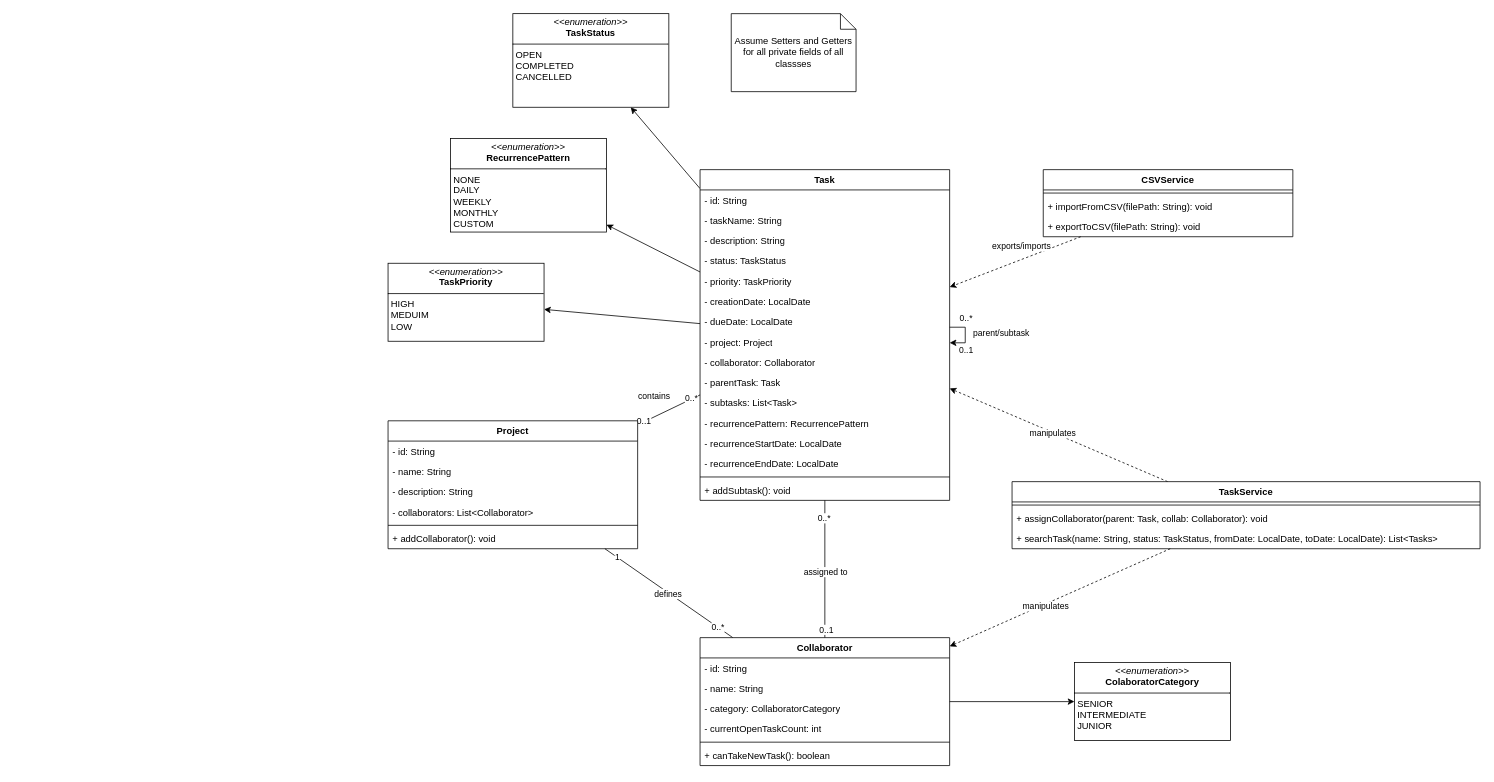
This is diagrams/class_diagrams/UML Class Diagram.drawio from wmbx-28/SOEN342_Project, a draw.io file, before an edit. Source tidied: cells renumbered, new cells numbered last; positions are measured from the earlier drawing's top-left corner, leaving out a move shared by most shapes. Both pictures are drawn from the tidied source at 78%, with x=0, y=0 at pixel (388, 13).
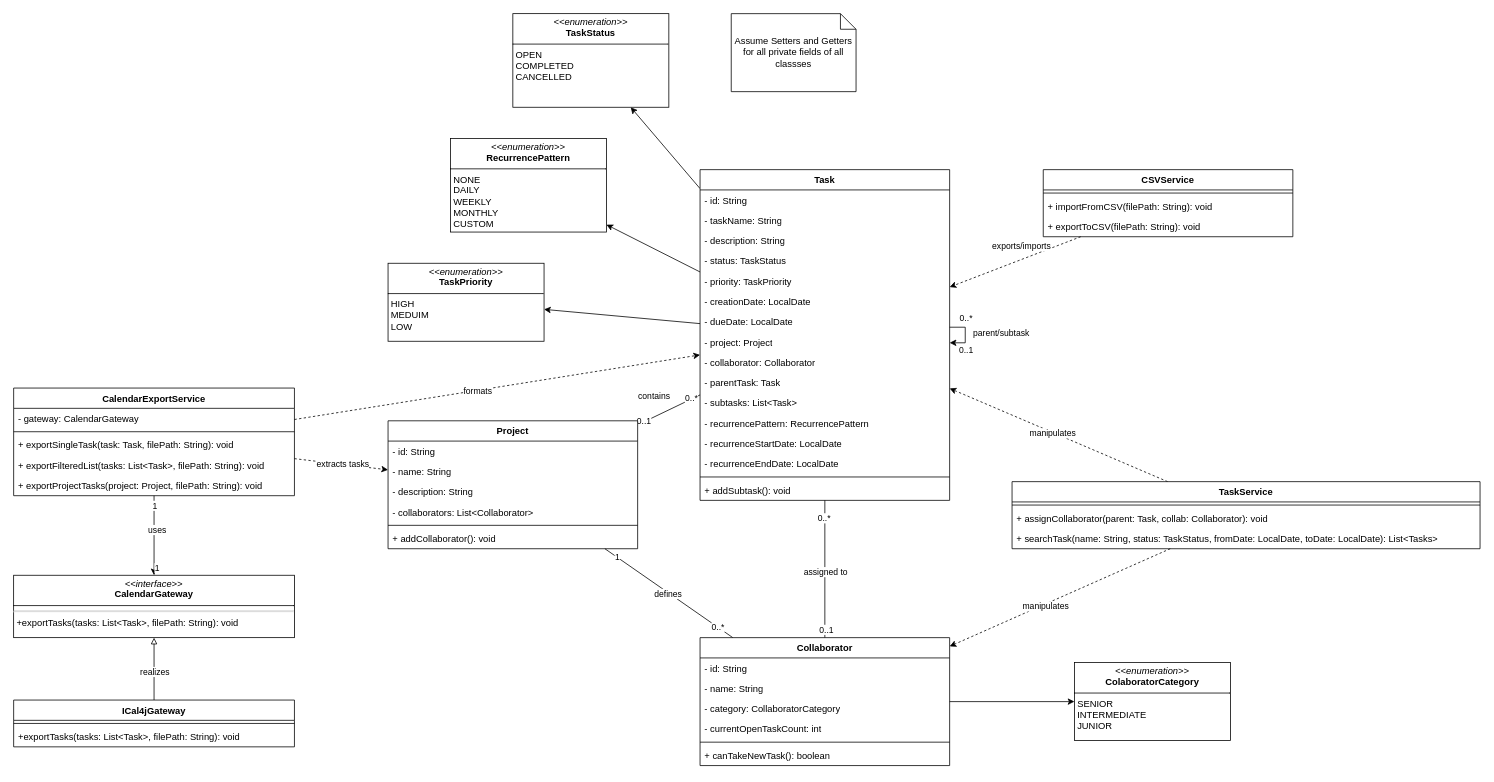
The same diagram, later.

Commit message (it also covers changes not shown here):
Added iCal export to Class Diagram

Unchanged cells that the change refers to:
```xml
<mxCell id="5" value="Task" style="swimlane;fontStyle=1;align=center;verticalAlign=top;horizontal=1;startSize=26;whiteSpace=wrap;html=1;" parent="1" vertex="1">
  <mxGeometry x="400" y="200" width="320" height="424" as="geometry" />
</mxCell>
<mxCell id="27" value="Project" style="swimlane;fontStyle=1;align=center;verticalAlign=top;horizontal=1;startSize=26;whiteSpace=wrap;html=1;" parent="1" vertex="1">
  <mxGeometry y="522" width="320" height="164" as="geometry" />
</mxCell>
```

Diff of the diagram source:
```diff
@@
+    <mxCell id="72" style="rounded=0;jettySize=auto;html=1;dashed=1;" parent="1" edge="1" source="80" target="5">
+      <mxGeometry relative="1" as="geometry" />
+    </mxCell>
+    <mxCell id="73" value="formats" style="edgeLabel;html=1;align=center;verticalAlign=middle;" parent="72" vertex="1">
+      <mxGeometry x="-0.1" relative="1" as="geometry" />
+    </mxCell>
+    <mxCell id="74" style="rounded=0;jettySize=auto;html=1;dashed=1;" parent="1" edge="1" source="80" target="27">
+      <mxGeometry relative="1" as="geometry" />
+    </mxCell>
+    <mxCell id="75" value="extracts tasks" style="edgeLabel;html=1;align=center;verticalAlign=middle;" parent="74" vertex="1">
+      <mxGeometry x="0.02" relative="1" as="geometry" />
+    </mxCell>
+    <mxCell id="76" style="rounded=0;jettySize=auto;html=1;" parent="1" edge="1" source="80" target="86">
+      <mxGeometry relative="1" as="geometry" />
+    </mxCell>
+    <mxCell id="77" value="uses" style="edgeLabel;html=1;align=center;verticalAlign=middle;" parent="76" vertex="1">
+      <mxGeometry x="-0.16" y="3" relative="1" as="geometry" />
+    </mxCell>
+    <mxCell id="78" value="1" style="edgeLabel;html=1;align=center;verticalAlign=middle;" parent="76" vertex="1">
+      <mxGeometry x="-0.55" y="-1" relative="1" as="geometry">
+        <mxPoint x="1" y="-11" as="offset" />
+      </mxGeometry>
+    </mxCell>
+    <mxCell id="79" value="1" style="edgeLabel;html=1;align=center;verticalAlign=middle;" parent="76" vertex="1">
+      <mxGeometry x="0.55" y="3" relative="1" as="geometry">
+        <mxPoint y="13" as="offset" />
+      </mxGeometry>
+    </mxCell>
+    <mxCell id="80" value="CalendarExportService" style="swimlane;fontStyle=1;align=center;verticalAlign=top;horizontal=1;startSize=26;whiteSpace=wrap;html=1;" parent="1" vertex="1">
+      <mxGeometry x="-480" y="480" width="360" height="138" as="geometry" />
+    </mxCell>
+    <mxCell id="81" value="- gateway: CalendarGateway" style="text;strokeColor=none;fillColor=none;align=left;verticalAlign=top;spacingLeft=4;spacingRight=4;overflow=hidden;whiteSpace=wrap;html=1;" parent="80" vertex="1">
+      <mxGeometry y="26" width="360" height="26" as="geometry" />
+    </mxCell>
+    <mxCell id="82" style="line;strokeWidth=1;fillColor=none;align=left;verticalAlign=middle;spacingTop=-1;spacingLeft=3;spacingRight=3;labelPosition=right;strokeColor=inherit;" parent="80" vertex="1">
+      <mxGeometry y="52" width="360" height="8" as="geometry" />
+    </mxCell>
+    <mxCell id="83" value="+ exportSingleTask(task: Task, filePath: String): void" style="text;strokeColor=none;fillColor=none;align=left;verticalAlign=top;spacingLeft=4;spacingRight=4;overflow=hidden;whiteSpace=wrap;html=1;" parent="80" vertex="1">
+      <mxGeometry y="60" width="360" height="26" as="geometry" />
+    </mxCell>
+    <mxCell id="84" value="+ exportFilteredList(tasks: List&amp;lt;Task&amp;gt;, filePath: String): void" style="text;strokeColor=none;fillColor=none;align=left;verticalAlign=top;spacingLeft=4;spacingRight=4;overflow=hidden;whiteSpace=wrap;html=1;" parent="80" vertex="1">
+      <mxGeometry y="86" width="360" height="26" as="geometry" />
+    </mxCell>
+    <mxCell id="85" value="+ exportProjectTasks(project: Project, filePath: String): void" style="text;strokeColor=none;fillColor=none;align=left;verticalAlign=top;spacingLeft=4;spacingRight=4;overflow=hidden;whiteSpace=wrap;html=1;" parent="80" vertex="1">
+      <mxGeometry y="112" width="360" height="26" as="geometry" />
+    </mxCell>
+    <mxCell id="86" value="&lt;p style=&quot;margin:0px;margin-top:4px;text-align:center;&quot;&gt;&lt;i&gt;&amp;lt;&amp;lt;interface&amp;gt;&amp;gt;&lt;/i&gt;&lt;br&gt;&lt;b&gt;CalendarGateway&lt;/b&gt;&lt;/p&gt;&lt;hr size=&quot;1&quot; style=&quot;border-style:solid;&quot;&gt;&lt;hr&gt;&lt;p style=&quot;margin:0px;margin-left:4px;&quot;&gt;+exportTasks(tasks: List&amp;lt;Task&amp;gt;, filePath: String): void&lt;/p&gt;" style="verticalAlign=top;align=left;overflow=fill;html=1;whiteSpace=wrap;" parent="1" vertex="1">
+      <mxGeometry x="-480" y="720" width="360" height="80" as="geometry" />
+    </mxCell>
+    <mxCell id="87" style="edgeStyle=orthogonalEdgeStyle;rounded=0;jettySize=auto;html=1;endArrow=block;endFill=0;" parent="1" edge="1" source="89" target="86">
+      <mxGeometry relative="1" as="geometry" />
+    </mxCell>
+    <mxCell id="88" value="realizes" style="edgeLabel;html=1;align=center;verticalAlign=middle;" parent="87" vertex="1">
+      <mxGeometry x="-0.07" relative="1" as="geometry" />
+    </mxCell>
+    <mxCell id="89" value="ICal4jGateway" style="swimlane;fontStyle=1;align=center;verticalAlign=top;horizontal=1;startSize=26;whiteSpace=wrap;html=1;" parent="1" vertex="1">
+      <mxGeometry x="-480" y="880" width="360" height="60" as="geometry" />
+    </mxCell>
+    <mxCell id="90" style="line;strokeWidth=1;fillColor=none;align=left;verticalAlign=middle;spacingTop=-1;spacingLeft=3;spacingRight=3;labelPosition=right;strokeColor=inherit;" parent="89" vertex="1">
+      <mxGeometry y="26" width="360" height="8" as="geometry" />
+    </mxCell>
+    <mxCell id="91" value="+exportTasks(tasks: List&amp;lt;Task&amp;gt;, filePath: String): void" style="text;strokeColor=none;fillColor=none;align=left;verticalAlign=top;spacingLeft=4;spacingRight=4;overflow=hidden;whiteSpace=wrap;html=1;" parent="89" vertex="1">
+      <mxGeometry y="34" width="360" height="26" as="geometry" />
+    </mxCell>
```
